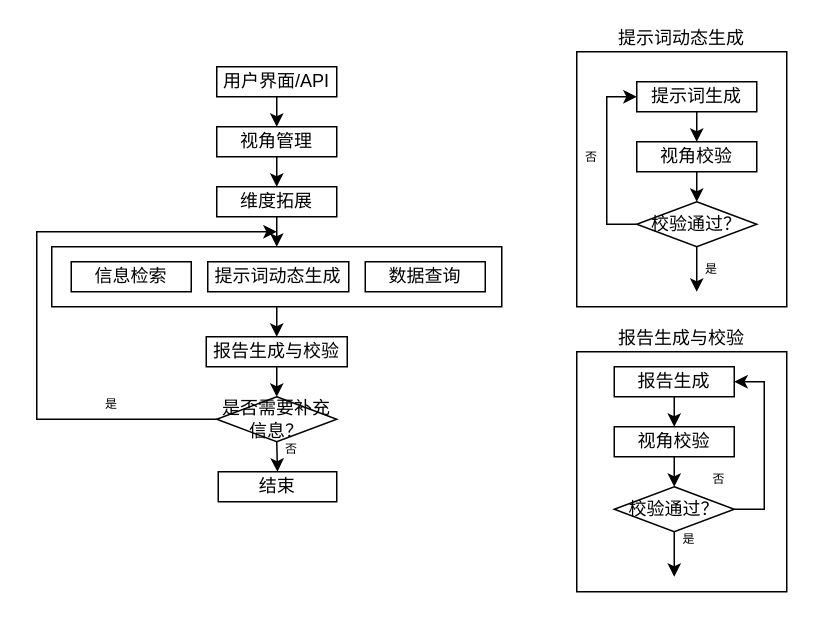
CindyZX/drawio_figures keeps this draw.io diagram as patent-视角约束.drawio. Above is the earlier version. Source tidied: cells renumbered, new cells numbered last; positions are measured from the earlier drawing's top-left corner, leaving out a move shared by most shapes. Both pictures are drawn from the tidied source at 150%, with x=0, y=0 at pixel (36, 51).
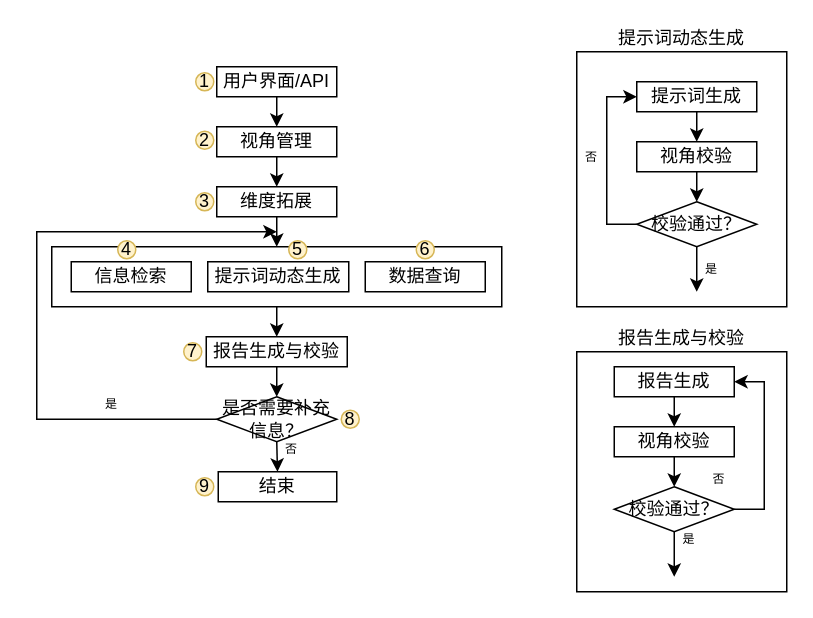
The same page after the edit.

Commit message:
更新patent-视角约束.drawio

Diff of the diagram source:
```diff
@@
+    <mxCell id="41" value="1" style="ellipse;whiteSpace=wrap;html=1;fillColor=#fff2cc;strokeColor=#d6b656;" parent="1" vertex="1">
+      <mxGeometry x="106" y="14" width="12" height="12" as="geometry" />
+    </mxCell>
+    <mxCell id="42" value="2" style="ellipse;whiteSpace=wrap;html=1;fillColor=#fff2cc;strokeColor=#d6b656;" parent="1" vertex="1">
+      <mxGeometry x="106" y="53" width="12" height="12" as="geometry" />
+    </mxCell>
+    <mxCell id="43" value="3" style="ellipse;whiteSpace=wrap;html=1;fillColor=#fff2cc;strokeColor=#d6b656;" parent="1" vertex="1">
+      <mxGeometry x="106" y="94" width="12" height="12" as="geometry" />
+    </mxCell>
+    <mxCell id="44" value="4" style="ellipse;whiteSpace=wrap;html=1;fillColor=#fff2cc;strokeColor=#d6b656;" parent="1" vertex="1">
+      <mxGeometry x="54" y="126" width="12" height="12" as="geometry" />
+    </mxCell>
+    <mxCell id="45" value="5" style="ellipse;whiteSpace=wrap;html=1;fillColor=#fff2cc;strokeColor=#d6b656;" parent="1" vertex="1">
+      <mxGeometry x="168" y="126" width="12" height="12" as="geometry" />
+    </mxCell>
+    <mxCell id="46" value="6" style="ellipse;whiteSpace=wrap;html=1;fillColor=#fff2cc;strokeColor=#d6b656;" parent="1" vertex="1">
+      <mxGeometry x="253" y="126" width="12" height="12" as="geometry" />
+    </mxCell>
+    <mxCell id="47" value="7" style="ellipse;whiteSpace=wrap;html=1;fillColor=#fff2cc;strokeColor=#d6b656;" parent="1" vertex="1">
+      <mxGeometry x="98" y="194" width="12" height="12" as="geometry" />
+    </mxCell>
+    <mxCell id="48" value="8" style="ellipse;whiteSpace=wrap;html=1;fillColor=#fff2cc;strokeColor=#d6b656;" parent="1" vertex="1">
+      <mxGeometry x="203" y="239" width="12" height="12" as="geometry" />
+    </mxCell>
+    <mxCell id="49" value="9" style="ellipse;whiteSpace=wrap;html=1;fillColor=#fff2cc;strokeColor=#d6b656;" parent="1" vertex="1">
+      <mxGeometry x="106" y="284" width="12" height="12" as="geometry" />
+    </mxCell>
```
